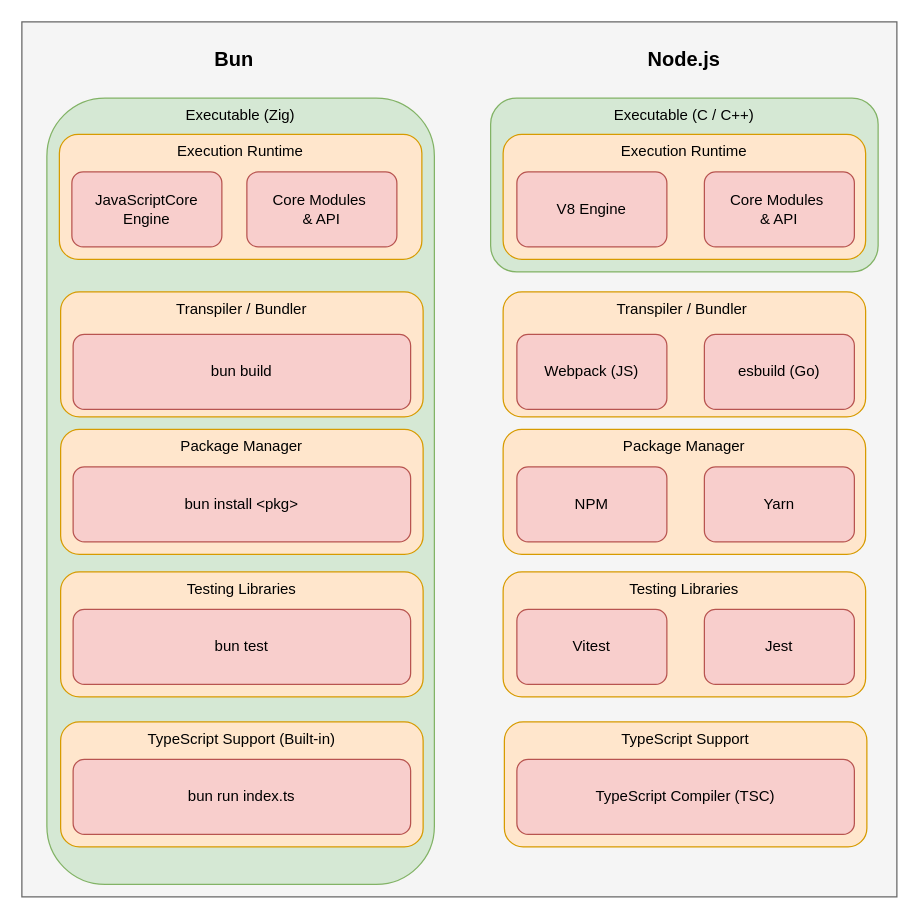
Earlier version of the draw.io diagram images/EcosystemBunvsNode.drawio (AnsgarLichter/BunVsNodeJs). Source tidied: cells renumbered, new cells numbered last; positions are measured from the earlier drawing's top-left corner, leaving out a move shared by most shapes. Both pictures are drawn from the tidied source at 125%, with x=0, y=0 at pixel (21, 21).
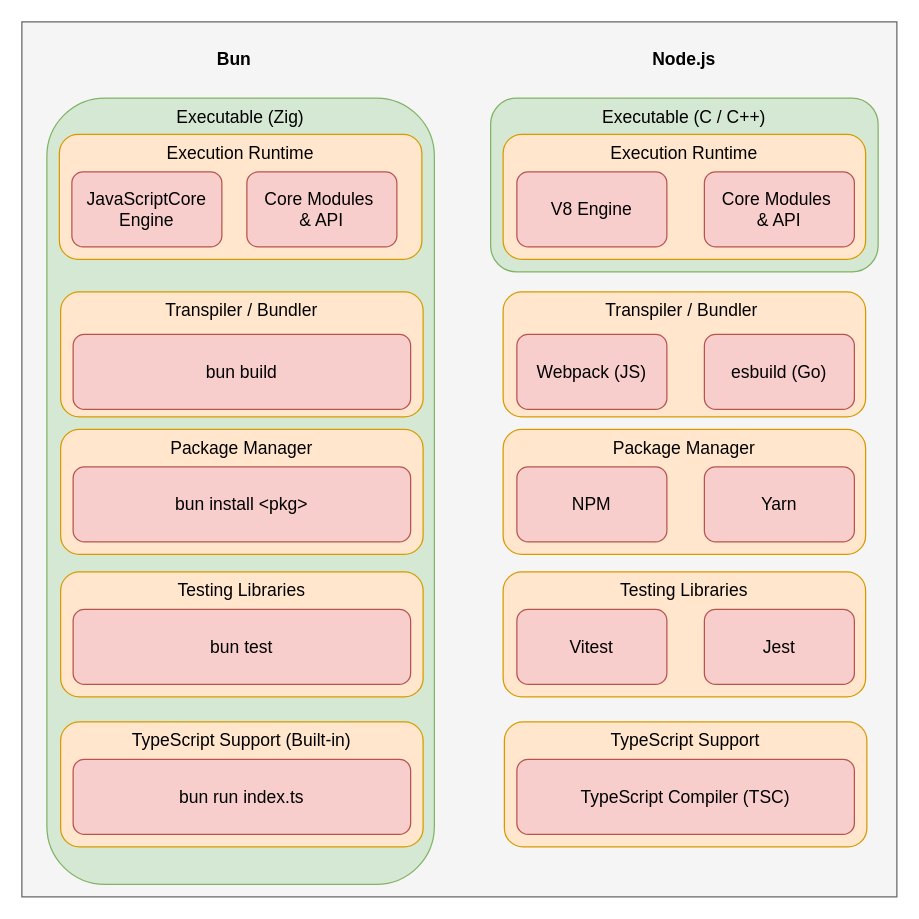
The same diagram, later.

The edit, as a diff of the source:
```diff
@@
-    <mxCell id="2" style="whiteSpace=wrap;html=1;fillColor=#f5f5f5;fontColor=#333333;strokeColor=#666666;" parent="1" vertex="1">
+    <mxCell id="2" style="whiteSpace=wrap;html=1;fillColor=#f5f5f5;fontColor=#333333;strokeColor=#666666;fontSize=14;" parent="1" vertex="1">
       <mxGeometry width="700" height="700" as="geometry" />
     </mxCell>
-    <mxCell id="3" value="&lt;b&gt;&lt;font style=&quot;font-size: 16px;&quot;&gt;Bun&lt;/font&gt;&lt;/b&gt;" style="text;html=1;strokeColor=none;fillColor=none;align=center;verticalAlign=middle;whiteSpace=wrap;rounded=0;" parent="1" vertex="1">
+    <mxCell id="3" value="&lt;b style=&quot;font-size: 14px;&quot;&gt;&lt;font style=&quot;font-size: 14px;&quot;&gt;Bun&lt;/font&gt;&lt;/b&gt;" style="text;html=1;strokeColor=none;fillColor=none;align=center;verticalAlign=middle;whiteSpace=wrap;rounded=0;fontSize=14;" parent="1" vertex="1">
       <mxGeometry x="140" y="15" width="60" height="30" as="geometry" />
     </mxCell>
-    <mxCell id="4" value="&lt;b&gt;&lt;font style=&quot;font-size: 16px;&quot;&gt;Node.js&lt;/font&gt;&lt;/b&gt;" style="text;html=1;strokeColor=none;fillColor=none;align=center;verticalAlign=middle;whiteSpace=wrap;rounded=0;" parent="1" vertex="1">
+    <mxCell id="4" value="&lt;b style=&quot;font-size: 14px;&quot;&gt;&lt;font style=&quot;font-size: 14px;&quot;&gt;Node.js&lt;/font&gt;&lt;/b&gt;" style="text;html=1;strokeColor=none;fillColor=none;align=center;verticalAlign=middle;whiteSpace=wrap;rounded=0;fontSize=14;" parent="1" vertex="1">
       <mxGeometry x="500" y="15" width="60" height="30" as="geometry" />
     </mxCell>
-    <mxCell id="5" value="Executable (Zig)" style="rounded=1;whiteSpace=wrap;html=1;fillColor=#d5e8d4;strokeColor=#82b366;horizontal=1;verticalAlign=top;" parent="1" vertex="1">
+    <mxCell id="5" value="Executable (Zig)" style="rounded=1;whiteSpace=wrap;html=1;fillColor=#d5e8d4;strokeColor=#82b366;horizontal=1;verticalAlign=top;fontSize=14;" parent="1" vertex="1">
       <mxGeometry x="20" y="61" width="310" height="629" as="geometry" />
     </mxCell>
-    <mxCell id="6" value="Execution Runtime" style="rounded=1;whiteSpace=wrap;html=1;fillColor=#ffe6cc;strokeColor=#d79b00;align=center;horizontal=1;verticalAlign=top;" parent="1" vertex="1">
+    <mxCell id="6" value="Execution Runtime" style="rounded=1;whiteSpace=wrap;html=1;fillColor=#ffe6cc;strokeColor=#d79b00;align=center;horizontal=1;verticalAlign=top;fontSize=14;" parent="1" vertex="1">
       <mxGeometry x="30" y="90" width="290" height="100" as="geometry" />
     </mxCell>
-    <mxCell id="7" value="JavaScriptCore Engine" style="rounded=1;whiteSpace=wrap;html=1;fillColor=#f8cecc;strokeColor=#b85450;" parent="1" vertex="1">
+    <mxCell id="7" value="JavaScriptCore Engine" style="rounded=1;whiteSpace=wrap;html=1;fillColor=#f8cecc;strokeColor=#b85450;fontSize=14;" parent="1" vertex="1">
       <mxGeometry x="40" y="120" width="120" height="60" as="geometry" />
     </mxCell>
-    <mxCell id="8" value="Core Modules&amp;nbsp;&lt;br&gt;&amp;amp; API" style="rounded=1;whiteSpace=wrap;html=1;fillColor=#f8cecc;strokeColor=#b85450;" parent="1" vertex="1">
+    <mxCell id="8" value="Core Modules&amp;nbsp;&lt;br style=&quot;font-size: 14px;&quot;&gt;&amp;amp; API" style="rounded=1;whiteSpace=wrap;html=1;fillColor=#f8cecc;strokeColor=#b85450;fontSize=14;" parent="1" vertex="1">
       <mxGeometry x="180" y="120" width="120" height="60" as="geometry" />
     </mxCell>
-    <mxCell id="9" value="Transpiler / Bundler" style="rounded=1;whiteSpace=wrap;html=1;fillColor=#ffe6cc;strokeColor=#d79b00;align=center;horizontal=1;verticalAlign=top;" parent="1" vertex="1">
+    <mxCell id="9" value="Transpiler / Bundler" style="rounded=1;whiteSpace=wrap;html=1;fillColor=#ffe6cc;strokeColor=#d79b00;align=center;horizontal=1;verticalAlign=top;fontSize=14;" parent="1" vertex="1">
       <mxGeometry x="31" y="216" width="290" height="100" as="geometry" />
     </mxCell>
-    <mxCell id="10" value="Package Manager" style="rounded=1;whiteSpace=wrap;html=1;fillColor=#ffe6cc;strokeColor=#d79b00;align=center;horizontal=1;verticalAlign=top;" parent="1" vertex="1">
+    <mxCell id="10" value="Package Manager" style="rounded=1;whiteSpace=wrap;html=1;fillColor=#ffe6cc;strokeColor=#d79b00;align=center;horizontal=1;verticalAlign=top;fontSize=14;" parent="1" vertex="1">
       <mxGeometry x="31" y="326" width="290" height="100" as="geometry" />
     </mxCell>
-    <mxCell id="11" value="Testing Libraries" style="rounded=1;whiteSpace=wrap;html=1;fillColor=#ffe6cc;strokeColor=#d79b00;align=center;horizontal=1;verticalAlign=top;" parent="1" vertex="1">
+    <mxCell id="11" value="Testing Libraries" style="rounded=1;whiteSpace=wrap;html=1;fillColor=#ffe6cc;strokeColor=#d79b00;align=center;horizontal=1;verticalAlign=top;fontSize=14;" parent="1" vertex="1">
       <mxGeometry x="31" y="440" width="290" height="100" as="geometry" />
     </mxCell>
-    <mxCell id="12" value="TypeScript Support (Built-in)" style="rounded=1;whiteSpace=wrap;html=1;fillColor=#ffe6cc;strokeColor=#d79b00;align=center;horizontal=1;verticalAlign=top;" parent="1" vertex="1">
+    <mxCell id="12" value="TypeScript Support (Built-in)" style="rounded=1;whiteSpace=wrap;html=1;fillColor=#ffe6cc;strokeColor=#d79b00;align=center;horizontal=1;verticalAlign=top;fontSize=14;" parent="1" vertex="1">
       <mxGeometry x="31" y="560" width="290" height="100" as="geometry" />
     </mxCell>
-    <mxCell id="13" value="bun install &amp;lt;pkg&amp;gt;" style="rounded=1;whiteSpace=wrap;html=1;fillColor=#f8cecc;strokeColor=#b85450;" parent="1" vertex="1">
+    <mxCell id="13" value="bun install &amp;lt;pkg&amp;gt;" style="rounded=1;whiteSpace=wrap;html=1;fillColor=#f8cecc;strokeColor=#b85450;fontSize=14;" parent="1" vertex="1">
       <mxGeometry x="41" y="356" width="270" height="60" as="geometry" />
     </mxCell>
-    <mxCell id="14" value="bun test" style="rounded=1;whiteSpace=wrap;html=1;fillColor=#f8cecc;strokeColor=#b85450;" parent="1" vertex="1">
+    <mxCell id="14" value="bun test" style="rounded=1;whiteSpace=wrap;html=1;fillColor=#f8cecc;strokeColor=#b85450;fontSize=14;" parent="1" vertex="1">
       <mxGeometry x="41" y="470" width="270" height="60" as="geometry" />
     </mxCell>
-    <mxCell id="15" value="bun run index.ts" style="rounded=1;whiteSpace=wrap;html=1;fillColor=#f8cecc;strokeColor=#b85450;" parent="1" vertex="1">
+    <mxCell id="15" value="bun run index.ts" style="rounded=1;whiteSpace=wrap;html=1;fillColor=#f8cecc;strokeColor=#b85450;fontSize=14;" parent="1" vertex="1">
       <mxGeometry x="41" y="590" width="270" height="60" as="geometry" />
     </mxCell>
-    <mxCell id="16" value="bun build" style="rounded=1;whiteSpace=wrap;html=1;fillColor=#f8cecc;strokeColor=#b85450;" parent="1" vertex="1">
+    <mxCell id="16" value="bun build" style="rounded=1;whiteSpace=wrap;html=1;fillColor=#f8cecc;strokeColor=#b85450;fontSize=14;" parent="1" vertex="1">
       <mxGeometry x="41" y="250" width="270" height="60" as="geometry" />
     </mxCell>
-    <mxCell id="17" value="Executable (C / C++)" style="rounded=1;whiteSpace=wrap;html=1;fillColor=#d5e8d4;strokeColor=#82b366;horizontal=1;verticalAlign=top;" parent="1" vertex="1">
+    <mxCell id="17" value="Executable (C / C++)" style="rounded=1;whiteSpace=wrap;html=1;fillColor=#d5e8d4;strokeColor=#82b366;horizontal=1;verticalAlign=top;fontSize=14;" parent="1" vertex="1">
       <mxGeometry x="375" y="61" width="310" height="139" as="geometry" />
     </mxCell>
-    <mxCell id="18" value="Execution Runtime" style="rounded=1;whiteSpace=wrap;html=1;fillColor=#ffe6cc;strokeColor=#d79b00;align=center;horizontal=1;verticalAlign=top;" parent="1" vertex="1">
+    <mxCell id="18" value="Execution Runtime" style="rounded=1;whiteSpace=wrap;html=1;fillColor=#ffe6cc;strokeColor=#d79b00;align=center;horizontal=1;verticalAlign=top;fontSize=14;" parent="1" vertex="1">
       <mxGeometry x="385" y="90" width="290" height="100" as="geometry" />
     </mxCell>
-    <mxCell id="19" value="V8 Engine" style="rounded=1;whiteSpace=wrap;html=1;fillColor=#f8cecc;strokeColor=#b85450;" parent="1" vertex="1">
+    <mxCell id="19" value="V8 Engine" style="rounded=1;whiteSpace=wrap;html=1;fillColor=#f8cecc;strokeColor=#b85450;fontSize=14;" parent="1" vertex="1">
       <mxGeometry x="396" y="120" width="120" height="60" as="geometry" />
     </mxCell>
-    <mxCell id="20" value="Core Modules&amp;nbsp;&lt;br&gt;&amp;amp; API" style="rounded=1;whiteSpace=wrap;html=1;fillColor=#f8cecc;strokeColor=#b85450;" parent="1" vertex="1">
+    <mxCell id="20" value="Core Modules&amp;nbsp;&lt;br style=&quot;font-size: 14px;&quot;&gt;&amp;amp; API" style="rounded=1;whiteSpace=wrap;html=1;fillColor=#f8cecc;strokeColor=#b85450;fontSize=14;" parent="1" vertex="1">
       <mxGeometry x="546" y="120" width="120" height="60" as="geometry" />
     </mxCell>
-    <mxCell id="21" value="Package Manager" style="rounded=1;whiteSpace=wrap;html=1;fillColor=#ffe6cc;strokeColor=#d79b00;align=center;horizontal=1;verticalAlign=top;" parent="1" vertex="1">
+    <mxCell id="21" value="Package Manager" style="rounded=1;whiteSpace=wrap;html=1;fillColor=#ffe6cc;strokeColor=#d79b00;align=center;horizontal=1;verticalAlign=top;fontSize=14;" parent="1" vertex="1">
       <mxGeometry x="385" y="326" width="290" height="100" as="geometry" />
     </mxCell>
-    <mxCell id="22" value="NPM" style="rounded=1;whiteSpace=wrap;html=1;fillColor=#f8cecc;strokeColor=#b85450;" parent="1" vertex="1">
+    <mxCell id="22" value="NPM" style="rounded=1;whiteSpace=wrap;html=1;fillColor=#f8cecc;strokeColor=#b85450;fontSize=14;" parent="1" vertex="1">
       <mxGeometry x="396" y="356" width="120" height="60" as="geometry" />
     </mxCell>
-    <mxCell id="23" value="Yarn" style="rounded=1;whiteSpace=wrap;html=1;fillColor=#f8cecc;strokeColor=#b85450;" parent="1" vertex="1">
+    <mxCell id="23" value="Yarn" style="rounded=1;whiteSpace=wrap;html=1;fillColor=#f8cecc;strokeColor=#b85450;fontSize=14;" parent="1" vertex="1">
       <mxGeometry x="546" y="356" width="120" height="60" as="geometry" />
     </mxCell>
-    <mxCell id="24" value="Transpiler / Bundler&amp;nbsp;" style="rounded=1;whiteSpace=wrap;html=1;fillColor=#ffe6cc;strokeColor=#d79b00;align=center;horizontal=1;verticalAlign=top;" parent="1" vertex="1">
+    <mxCell id="24" value="Transpiler / Bundler&amp;nbsp;" style="rounded=1;whiteSpace=wrap;html=1;fillColor=#ffe6cc;strokeColor=#d79b00;align=center;horizontal=1;verticalAlign=top;fontSize=14;" parent="1" vertex="1">
       <mxGeometry x="385" y="216" width="290" height="100" as="geometry" />
     </mxCell>
-    <mxCell id="25" value="Testing Libraries" style="rounded=1;whiteSpace=wrap;html=1;fillColor=#ffe6cc;strokeColor=#d79b00;align=center;horizontal=1;verticalAlign=top;" parent="1" vertex="1">
+    <mxCell id="25" value="Testing Libraries" style="rounded=1;whiteSpace=wrap;html=1;fillColor=#ffe6cc;strokeColor=#d79b00;align=center;horizontal=1;verticalAlign=top;fontSize=14;" parent="1" vertex="1">
       <mxGeometry x="385" y="440" width="290" height="100" as="geometry" />
     </mxCell>
-    <mxCell id="26" value="Vitest" style="rounded=1;whiteSpace=wrap;html=1;fillColor=#f8cecc;strokeColor=#b85450;" parent="1" vertex="1">
+    <mxCell id="26" value="Vitest" style="rounded=1;whiteSpace=wrap;html=1;fillColor=#f8cecc;strokeColor=#b85450;fontSize=14;" parent="1" vertex="1">
       <mxGeometry x="396" y="470" width="120" height="60" as="geometry" />
     </mxCell>
-    <mxCell id="27" value="Jest" style="rounded=1;whiteSpace=wrap;html=1;fillColor=#f8cecc;strokeColor=#b85450;" parent="1" vertex="1">
+    <mxCell id="27" value="Jest" style="rounded=1;whiteSpace=wrap;html=1;fillColor=#f8cecc;strokeColor=#b85450;fontSize=14;" parent="1" vertex="1">
       <mxGeometry x="546" y="470" width="120" height="60" as="geometry" />
     </mxCell>
-    <mxCell id="28" value="Webpack (JS)" style="rounded=1;whiteSpace=wrap;html=1;fillColor=#f8cecc;strokeColor=#b85450;" parent="1" vertex="1">
+    <mxCell id="28" value="Webpack (JS)" style="rounded=1;whiteSpace=wrap;html=1;fillColor=#f8cecc;strokeColor=#b85450;fontSize=14;" parent="1" vertex="1">
       <mxGeometry x="396" y="250" width="120" height="60" as="geometry" />
     </mxCell>
-    <mxCell id="29" value="esbuild (Go)" style="rounded=1;whiteSpace=wrap;html=1;fillColor=#f8cecc;strokeColor=#b85450;" parent="1" vertex="1">
+    <mxCell id="29" value="esbuild (Go)" style="rounded=1;whiteSpace=wrap;html=1;fillColor=#f8cecc;strokeColor=#b85450;fontSize=14;" parent="1" vertex="1">
       <mxGeometry x="546" y="250" width="120" height="60" as="geometry" />
     </mxCell>
-    <mxCell id="30" value="TypeScript Support" style="rounded=1;whiteSpace=wrap;html=1;fillColor=#ffe6cc;strokeColor=#d79b00;align=center;horizontal=1;verticalAlign=top;" parent="1" vertex="1">
+    <mxCell id="30" value="TypeScript Support" style="rounded=1;whiteSpace=wrap;html=1;fillColor=#ffe6cc;strokeColor=#d79b00;align=center;horizontal=1;verticalAlign=top;fontSize=14;" parent="1" vertex="1">
       <mxGeometry x="386" y="560" width="290" height="100" as="geometry" />
     </mxCell>
-    <mxCell id="31" value="TypeScript Compiler (TSC)" style="rounded=1;whiteSpace=wrap;html=1;fillColor=#f8cecc;strokeColor=#b85450;" parent="1" vertex="1">
+    <mxCell id="31" value="TypeScript Compiler (TSC)" style="rounded=1;whiteSpace=wrap;html=1;fillColor=#f8cecc;strokeColor=#b85450;fontSize=14;" parent="1" vertex="1">
       <mxGeometry x="396" y="590" width="270" height="60" as="geometry" />
     </mxCell>
```
